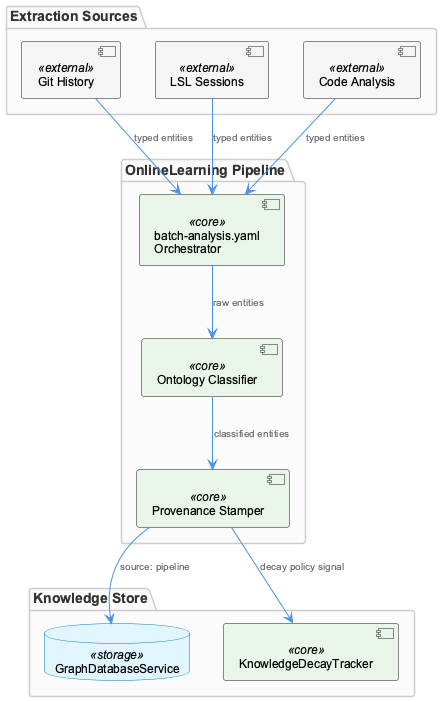
The PlantUML diagram knowledge-management/insights/images/online-learning-architecture.png in fwornle/coding, before a commit.
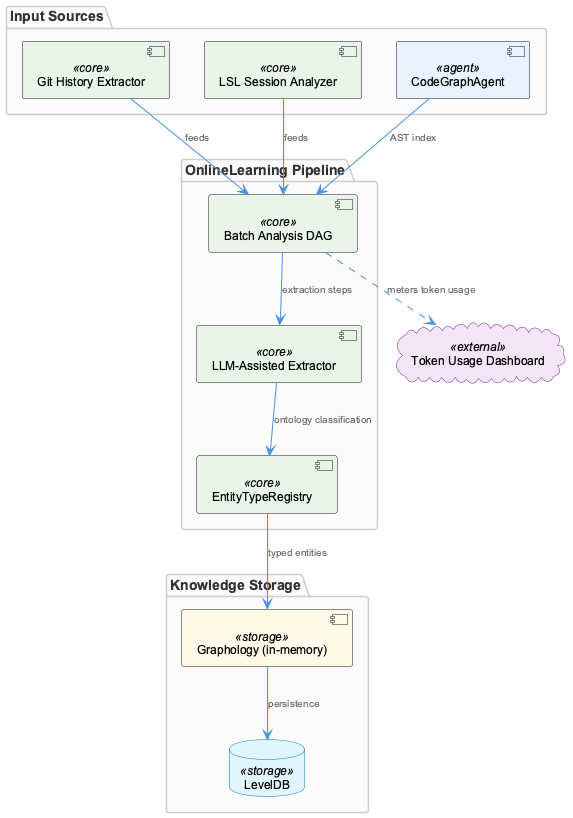
Later version of the same file.

Change to the diagram source:
```diff
@@ -1,30 +1,32 @@
 @startuml
 !include /Users/Q284340/Agentic/coding/docs/puml/_standard-style.puml
 
-package "Extraction Sources" {
-    component "Git History" as git <<external>>
-    component "LSL Sessions" as lsl <<external>>
-    component "Code Analysis" as code <<external>>
+package "Input Sources" {
+  component "Git History Extractor" as git <<core>>
+  component "LSL Session Analyzer" as lsl <<core>>
+  component "CodeGraphAgent" as cga <<agent>>
 }
 
 package "OnlineLearning Pipeline" {
-    component "batch-analysis.yaml\nOrchestrator" as orchestrator <<core>>
-    component "Ontology Classifier" as classifier <<core>>
-    component "Provenance Stamper" as provenance <<core>>
+  component "Batch Analysis DAG" as dag <<core>>
+  component "LLM-Assisted Extractor" as llm <<core>>
+  component "EntityTypeRegistry" as etr <<core>>
 }
 
-package "Knowledge Store" {
-    database "GraphDatabaseService" as graph <<storage>>
-    component "KnowledgeDecayTracker" as decay <<core>>
+package "Knowledge Storage" {
+  component "Graphology (in-memory)" as graphology <<storage>>
+  database "LevelDB" as leveldb <<storage>>
 }
 
-git --> orchestrator : "typed entities"
-lsl --> orchestrator : "typed entities"
-code --> orchestrator : "typed entities"
+cloud "Token Usage Dashboard" as tokenDash <<external>>
 
-orchestrator --> classifier : "raw entities"
-classifier --> provenance : "classified entities"
-provenance --> graph : "source: pipeline"
-provenance --> decay : "decay policy signal"
+git --> dag : feeds
+lsl --> dag : feeds
+cga --> dag : AST index
+dag --> llm : extraction steps
+llm --> etr : ontology classification
+etr --> graphology : typed entities
+graphology --> leveldb : persistence
+dag ..> tokenDash : meters token usage
 
 @enduml
```
